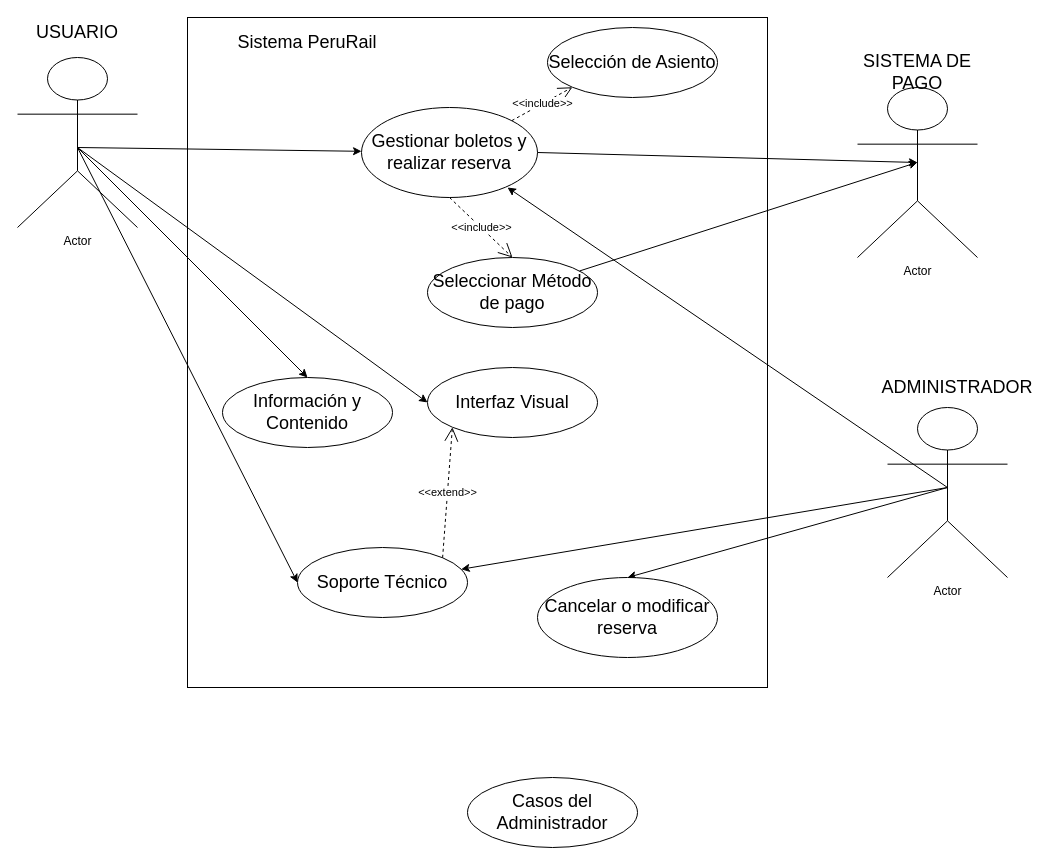
Above: Diagrama_de_usos.drawio in davidev-m/peruRail (draw.io), before the change. Source tidied: cells renumbered, new cells numbered last; positions are measured from the earlier drawing's top-left corner, leaving out a move shared by most shapes. Both pictures are drawn from the tidied source at 100%, with x=0, y=0 at pixel (17, 17).
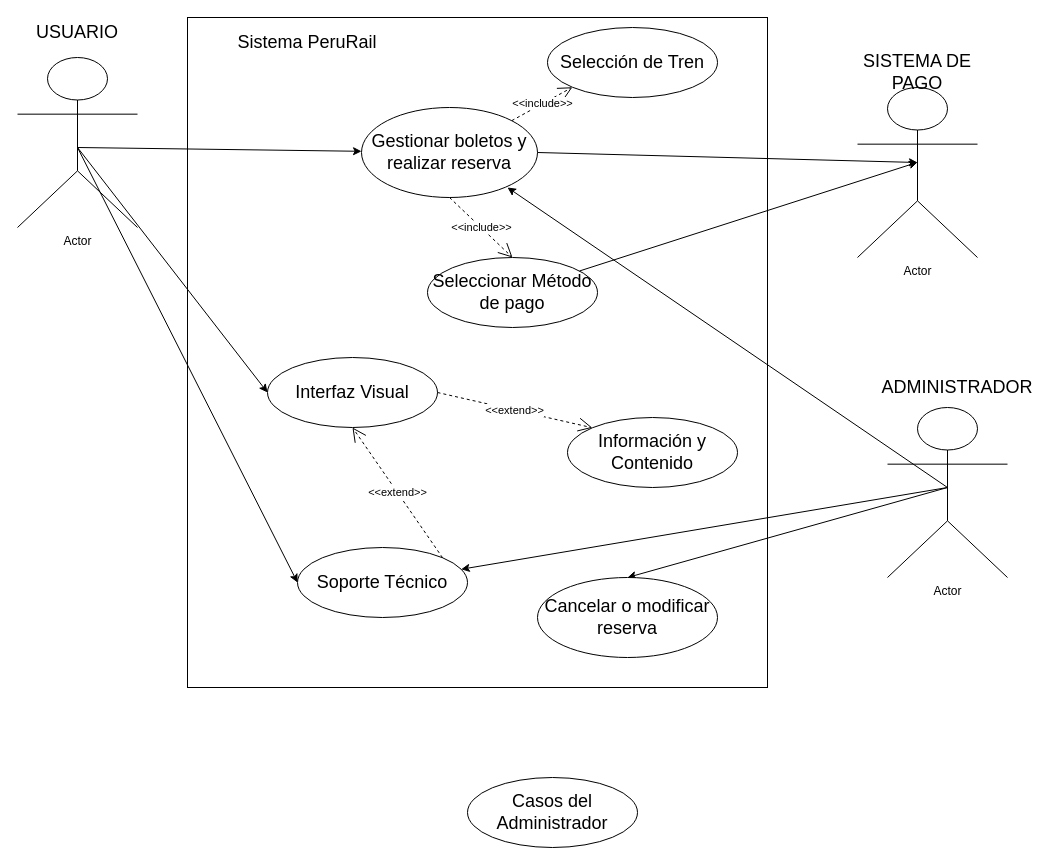
After the change.

Unchanged cells that the change refers to:
```xml
<mxCell id="7" value="&lt;font style=&quot;font-size: 18px;&quot;&gt;Soporte Técnico&lt;/font&gt;" style="ellipse;whiteSpace=wrap;html=1;" parent="1" vertex="1">
  <mxGeometry x="280" y="530" width="170" height="70" as="geometry" />
</mxCell>
```

The edit, as a diff of the source:
```diff
@@
-    <mxCell id="5" value="&lt;font style=&quot;font-size: 18px;&quot;&gt;Selección de Asiento&lt;/font&gt;" style="ellipse;whiteSpace=wrap;html=1;" parent="1" vertex="1">
+    <mxCell id="5" value="&lt;font style=&quot;font-size: 18px;&quot;&gt;Selección de Tren&lt;/font&gt;" style="ellipse;whiteSpace=wrap;html=1;" parent="1" vertex="1">
       <mxGeometry x="530" y="10" width="170" height="70" as="geometry" />
     </mxCell>
     <mxCell id="6" value="&lt;font style=&quot;font-size: 18px;&quot;&gt;Información y Contenido&lt;/font&gt;" style="ellipse;whiteSpace=wrap;html=1;" parent="1" vertex="1">
-      <mxGeometry x="205" y="360" width="170" height="70" as="geometry" />
+      <mxGeometry x="550" y="400" width="170" height="70" as="geometry" />
     </mxCell>
@@
     <mxCell id="8" value="&lt;font style=&quot;font-size: 18px;&quot;&gt;Interfaz Visual&lt;/font&gt;" style="ellipse;whiteSpace=wrap;html=1;" parent="1" vertex="1">
-      <mxGeometry x="410" y="350" width="170" height="70" as="geometry" />
+      <mxGeometry x="250" y="340" width="170" height="70" as="geometry" />
     </mxCell>
@@
-    <mxCell id="19" style="endArrow=classic;html=1;rounded=0;entryX=0.5;entryY=0;entryDx=0;entryDy=0;" parent="1" edge="1" target="6">
-      <mxGeometry relative="1" as="geometry">
-        <mxPoint x="60" y="130" as="sourcePoint" />
-      </mxGeometry>
-    </mxCell>
@@
-    <mxCell id="26" value="&amp;lt;&amp;lt;extend&amp;gt;&amp;gt;" style="endArrow=open;endSize=12;dashed=1;html=1;rounded=0;exitX=1;exitY=0;exitDx=0;exitDy=0;entryX=0;entryY=1;entryDx=0;entryDy=0;" parent="1" edge="1" source="7" target="8">
+    <mxCell id="26" value="&amp;lt;&amp;lt;extend&amp;gt;&amp;gt;" style="endArrow=open;endSize=12;dashed=1;html=1;rounded=0;exitX=1;exitY=0;exitDx=0;exitDy=0;entryX=0.5;entryY=1;entryDx=0;entryDy=0;" parent="1" edge="1" source="7" target="8">
       <mxGeometry relative="1" as="geometry" />
     </mxCell>
@@
+    <mxCell id="30" value="&amp;lt;&amp;lt;extend&amp;gt;&amp;gt;" style="endArrow=open;endSize=12;dashed=1;html=1;rounded=0;exitX=1;exitY=0.5;exitDx=0;exitDy=0;entryX=0;entryY=0;entryDx=0;entryDy=0;" parent="1" edge="1" source="8" target="6">
+      <mxGeometry relative="1" as="geometry" />
+    </mxCell>
```
